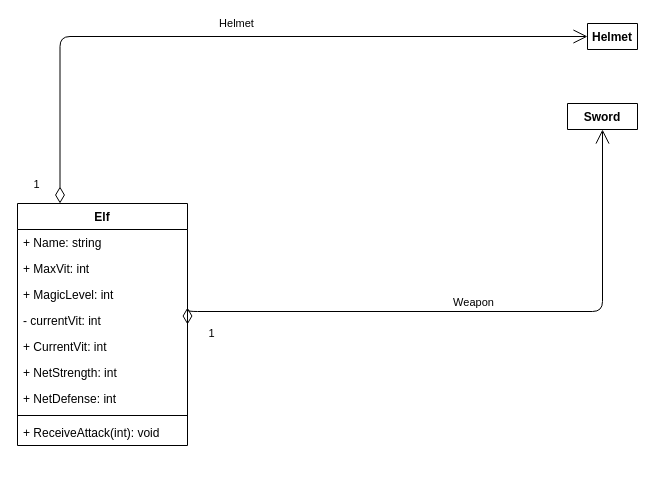
Before: Assets/UML-diagrams/Elf.drawio in ProgramacionII-Equipo3/PII_RoleplayGame_1_Start, a draw.io diagram. Source tidied: cells renumbered, new cells numbered last; positions are measured from the earlier drawing's top-left corner, leaving out a move shared by most shapes. Both pictures are drawn from the tidied source at 100%, with x=0, y=0 at pixel (17, 23).
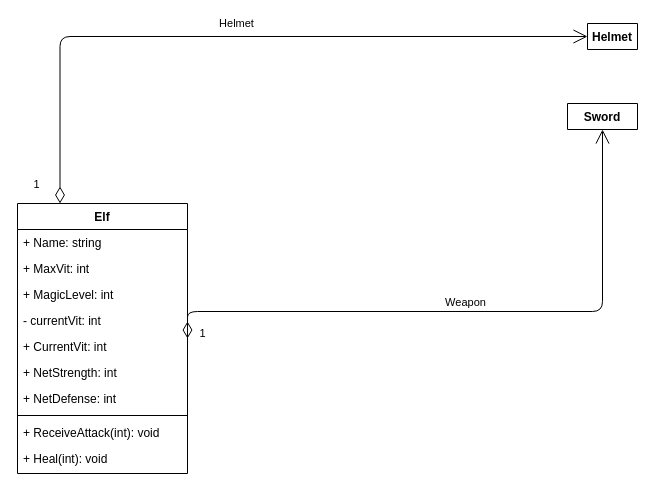
The same diagram, later.

Change to the diagram source:
```diff
@@
     <mxCell id="2" value="Elf" style="swimlane;fontStyle=1;align=center;verticalAlign=top;horizontal=1;startSize=26;" parent="1" vertex="1">
-      <mxGeometry y="180" width="170" height="242" as="geometry" />
+      <mxGeometry y="180" width="170" height="270" as="geometry" />
     </mxCell>
@@
+    <mxCell id="20" value="+ Heal(int): void" style="text;strokeColor=none;fillColor=none;align=left;verticalAlign=top;spacingLeft=4;spacingRight=4;overflow=hidden;" parent="2" vertex="1">
+      <mxGeometry y="242" width="170" height="28" as="geometry" />
+    </mxCell>
```
